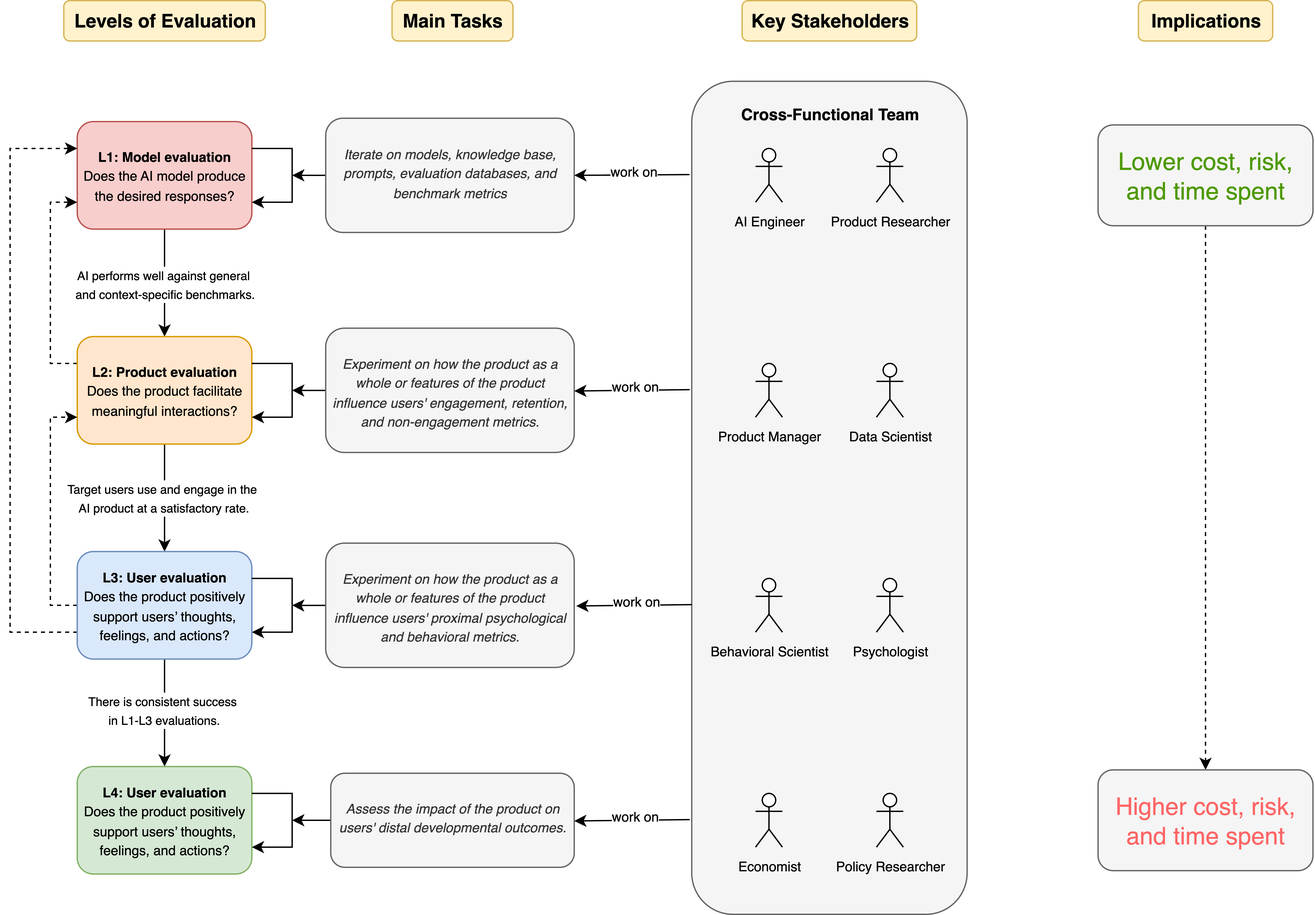
agency-fund/taf-ai-eval-playbook keeps this draw.io diagram as public/four-level-diagram.png. Above is the earlier version. Source tidied: cells renumbered, new cells last; positions are measured from the earlier drawing's top-left corner, leaving out a move shared by most shapes.
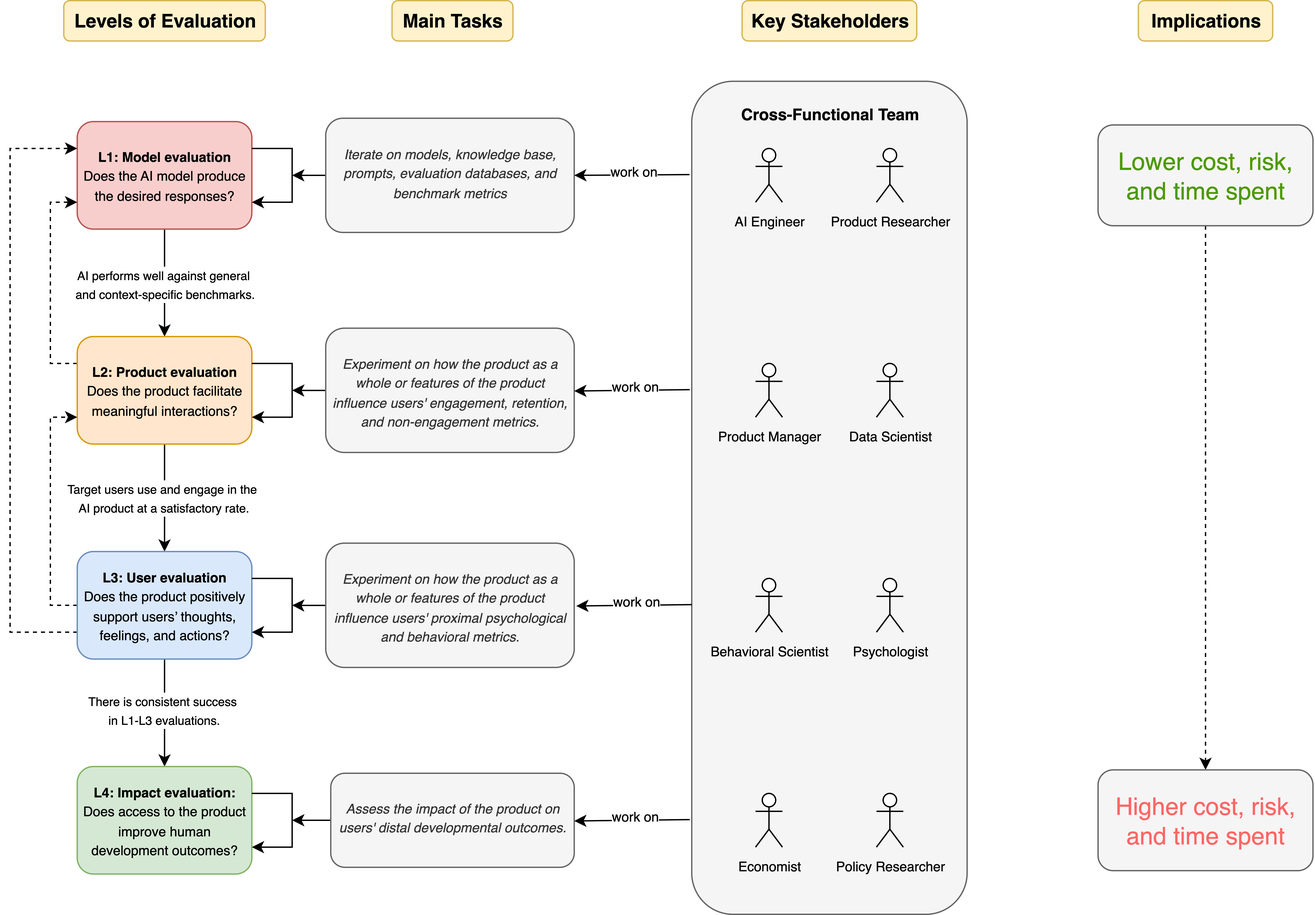
After the commit.

Change to the diagram source:
```diff
@@ -74,7 +74,7 @@
     <mxCell id="18" value="&lt;div&gt;&lt;span style=&quot;font-size: 10px;&quot;&gt;&lt;b&gt;L3: User evaluation&lt;/b&gt;&lt;/span&gt;&lt;/div&gt;&lt;div&gt;&lt;span style=&quot;font-size: 10px;&quot;&gt;Does the product positively support users’ thoughts, feelings, and actions?&lt;/span&gt;&lt;/div&gt;" style="rounded=1;whiteSpace=wrap;html=1;fillColor=#dae8fc;strokeColor=#6c8ebf;" parent="1" vertex="1">
       <mxGeometry x="50" y="410" width="130" height="80" as="geometry" />
     </mxCell>
-    <mxCell id="19" value="&lt;div&gt;&lt;span style=&quot;font-size: 10px;&quot;&gt;&lt;b&gt;L4: User evaluation&lt;/b&gt;&lt;/span&gt;&lt;/div&gt;&lt;div&gt;&lt;span style=&quot;font-size: 10px;&quot;&gt;Does the product positively support users’ thoughts, feelings, and actions?&lt;/span&gt;&lt;/div&gt;" style="rounded=1;whiteSpace=wrap;html=1;fillColor=#d5e8d4;strokeColor=#82b366;" parent="1" vertex="1">
+    <mxCell id="19" value="&lt;b style=&quot;font-size: 10px;&quot;&gt;L4: &lt;/b&gt;&lt;span style=&quot;font-size: 10px;&quot;&gt;&lt;b&gt;Impact evaluation: &lt;/b&gt;Does access to the product improve human development outcomes?&lt;/span&gt;" style="rounded=1;whiteSpace=wrap;html=1;fillColor=#d5e8d4;strokeColor=#82b366;" parent="1" vertex="1">
       <mxGeometry x="50" y="570" width="130" height="80" as="geometry" />
     </mxCell>
     <mxCell id="20" style="edgeStyle=orthogonalEdgeStyle;rounded=0;orthogonalLoop=1;jettySize=auto;html=1;exitX=1;exitY=0.25;exitDx=0;exitDy=0;entryX=1;entryY=0.75;entryDx=0;entryDy=0;" parent="1" edge="1" source="9" target="9">
```
